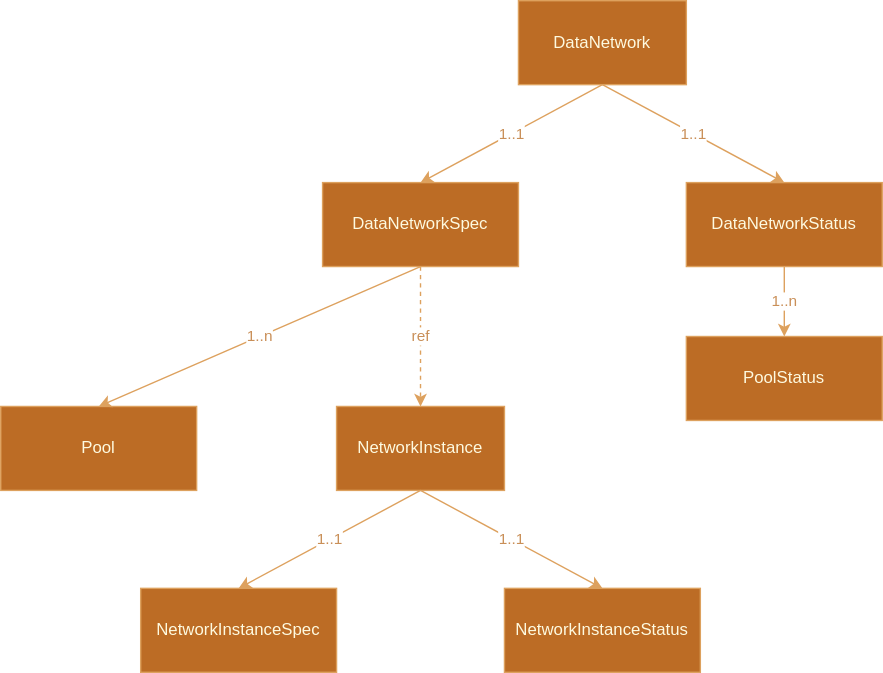
ciaranjohnston/nephio-api keeps this draw.io diagram as diagrams/requirements.svg. Above is the earlier version. Source tidied: cells renumbered, new cells last; positions are measured from the earlier drawing's top-left corner, leaving out a move shared by most shapes.
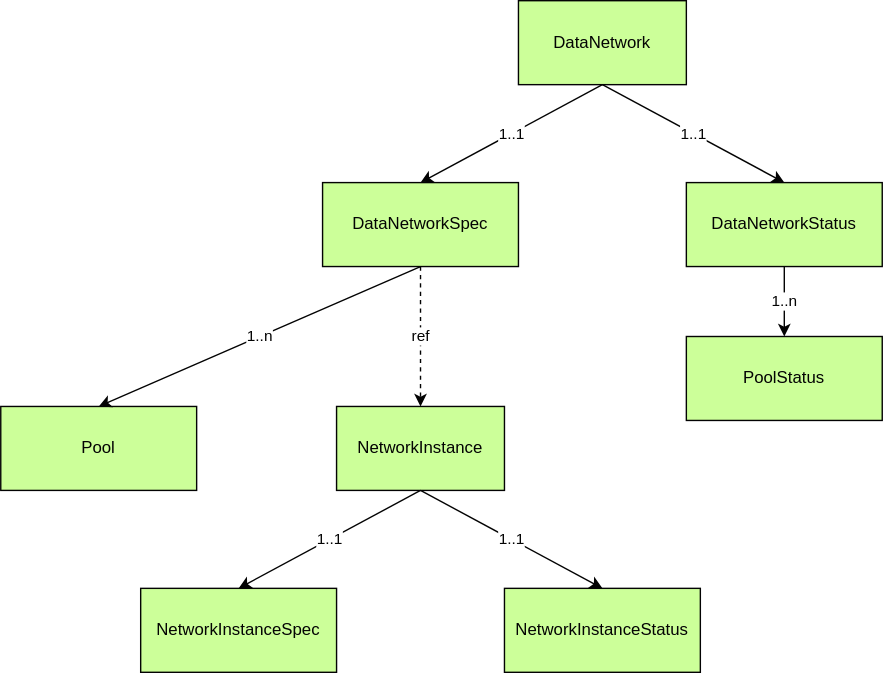
After the commit.

Commit message:
Split requirements in to network requirements and capacity requirements

What changed in the source:
```diff
@@ -2,49 +2,49 @@
   <root>
     <mxCell id="0" />
     <mxCell id="1" parent="0" />
-    <mxCell id="2" value="&lt;a href=&quot;https://github.com/nephio-project/api/blob/cf14bd57b08d3160c9f8901b3bbb646a458fbd44/nf_requirements/v1alpha1/network_instance_types.go#L41C6-L41C22&quot;&gt;NetworkInstance&lt;/a&gt;" style="rounded=0;whiteSpace=wrap;html=1;strokeColor=#DDA15E;fontColor=#FEFAE0;fillColor=#BC6C25;" parent="1" vertex="1">
+    <mxCell id="2" value="&lt;a href=&quot;https://github.com/nephio-project/api/blob/cf14bd57b08d3160c9f8901b3bbb646a458fbd44/nf_requirements/v1alpha1/network_instance_types.go#L41C6-L41C22&quot;&gt;NetworkInstance&lt;/a&gt;" style="rounded=0;whiteSpace=wrap;html=1;strokeColor=#030303;fontColor=#030303;fillColor=#CCFF99;" parent="1" vertex="1">
       <mxGeometry x="240" y="290" width="120" height="60" as="geometry" />
     </mxCell>
-    <mxCell id="3" value="&lt;a href=&quot;https://github.com/nephio-project/api/blob/cf14bd57b08d3160c9f8901b3bbb646a458fbd44/nf_requirements/v1alpha1/network_instance_types.go#L25&quot;&gt;NetworkInstanceSpec&lt;/a&gt;" style="rounded=0;whiteSpace=wrap;html=1;strokeColor=#DDA15E;fontColor=#FEFAE0;fillColor=#BC6C25;" parent="1" vertex="1">
+    <mxCell id="3" value="&lt;a href=&quot;https://github.com/nephio-project/api/blob/cf14bd57b08d3160c9f8901b3bbb646a458fbd44/nf_requirements/v1alpha1/network_instance_types.go#L25&quot;&gt;NetworkInstanceSpec&lt;/a&gt;" style="rounded=0;whiteSpace=wrap;html=1;strokeColor=#030303;fontColor=#030303;fillColor=#CCFF99;" parent="1" vertex="1">
       <mxGeometry x="100" y="420" width="140" height="60" as="geometry" />
     </mxCell>
-    <mxCell id="4" value="&lt;a href=&quot;https://github.com/nephio-project/api/blob/cf14bd57b08d3160c9f8901b3bbb646a458fbd44/nf_requirements/v1alpha1/network_instance_types.go#L31&quot;&gt;NetworkInstanceStatus&lt;/a&gt;" style="rounded=0;whiteSpace=wrap;html=1;strokeColor=#DDA15E;fontColor=#FEFAE0;fillColor=#BC6C25;" parent="1" vertex="1">
+    <mxCell id="4" value="&lt;a href=&quot;https://github.com/nephio-project/api/blob/cf14bd57b08d3160c9f8901b3bbb646a458fbd44/nf_requirements/v1alpha1/network_instance_types.go#L31&quot;&gt;NetworkInstanceStatus&lt;/a&gt;" style="rounded=0;whiteSpace=wrap;html=1;strokeColor=#030303;fontColor=#030303;fillColor=#CCFF99;" parent="1" vertex="1">
       <mxGeometry x="360" y="420" width="140" height="60" as="geometry" />
     </mxCell>
-    <mxCell id="5" value="1..1" style="endArrow=classic;html=1;rounded=0;strokeColor=#DDA15E;fontColor=#C98F58;fillColor=#BC6C25;exitX=0.5;exitY=1;exitDx=0;exitDy=0;entryX=0.5;entryY=0;entryDx=0;entryDy=0;labelBackgroundColor=default;" parent="1" edge="1" source="2" target="3">
+    <mxCell id="5" value="1..1" style="endArrow=classic;html=1;rounded=0;strokeColor=#030303;fontColor=#030303;fillColor=#BC6C25;exitX=0.5;exitY=1;exitDx=0;exitDy=0;entryX=0.5;entryY=0;entryDx=0;entryDy=0;labelBackgroundColor=default;" parent="1" edge="1" source="2" target="3">
       <mxGeometry relative="1" as="geometry" />
     </mxCell>
-    <mxCell id="6" value="1..1" style="endArrow=classic;html=1;rounded=0;strokeColor=#DDA15E;fontColor=#C98F58;fillColor=#BC6C25;exitX=0.5;exitY=1;exitDx=0;exitDy=0;entryX=0.5;entryY=0;entryDx=0;entryDy=0;labelBackgroundColor=default;" parent="1" edge="1" source="2" target="4">
+    <mxCell id="6" value="1..1" style="endArrow=classic;html=1;rounded=0;strokeColor=#030303;fontColor=#030303;fillColor=#BC6C25;exitX=0.5;exitY=1;exitDx=0;exitDy=0;entryX=0.5;entryY=0;entryDx=0;entryDy=0;labelBackgroundColor=default;" parent="1" edge="1" source="2" target="4">
       <mxGeometry relative="1" as="geometry" />
     </mxCell>
-    <mxCell id="7" value="DataNetwork" style="rounded=0;whiteSpace=wrap;html=1;strokeColor=#DDA15E;fontColor=#FEFAE0;fillColor=#BC6C25;" parent="1" vertex="1">
+    <mxCell id="7" value="DataNetwork" style="rounded=0;whiteSpace=wrap;html=1;strokeColor=#030303;fontColor=#030303;fillColor=#CCFF99;" parent="1" vertex="1">
       <mxGeometry x="370" width="120" height="60" as="geometry" />
     </mxCell>
-    <mxCell id="8" value="DataNetworkSpec" style="rounded=0;whiteSpace=wrap;html=1;strokeColor=#DDA15E;fontColor=#FEFAE0;fillColor=#BC6C25;" parent="1" vertex="1">
+    <mxCell id="8" value="DataNetworkSpec" style="rounded=0;whiteSpace=wrap;html=1;strokeColor=#030303;fontColor=#030303;fillColor=#CCFF99;" parent="1" vertex="1">
       <mxGeometry x="230" y="130" width="140" height="60" as="geometry" />
     </mxCell>
-    <mxCell id="9" value="DataNetworkStatus" style="rounded=0;whiteSpace=wrap;html=1;strokeColor=#DDA15E;fontColor=#FEFAE0;fillColor=#BC6C25;" parent="1" vertex="1">
+    <mxCell id="9" value="DataNetworkStatus" style="rounded=0;whiteSpace=wrap;html=1;strokeColor=#030303;fontColor=#030303;fillColor=#CCFF99;" parent="1" vertex="1">
       <mxGeometry x="490" y="130" width="140" height="60" as="geometry" />
     </mxCell>
-    <mxCell id="10" value="1..1" style="endArrow=classic;html=1;rounded=0;strokeColor=#DDA15E;fontColor=#C98F58;fillColor=#BC6C25;exitX=0.5;exitY=1;exitDx=0;exitDy=0;entryX=0.5;entryY=0;entryDx=0;entryDy=0;labelBackgroundColor=default;" parent="1" edge="1" source="7" target="8">
+    <mxCell id="10" value="1..1" style="endArrow=classic;html=1;rounded=0;strokeColor=#030303;fontColor=#030303;fillColor=#BC6C25;exitX=0.5;exitY=1;exitDx=0;exitDy=0;entryX=0.5;entryY=0;entryDx=0;entryDy=0;labelBackgroundColor=default;" parent="1" edge="1" source="7" target="8">
       <mxGeometry relative="1" as="geometry" />
     </mxCell>
-    <mxCell id="11" value="1..1" style="endArrow=classic;html=1;rounded=0;strokeColor=#DDA15E;fontColor=#C98F58;fillColor=#BC6C25;exitX=0.5;exitY=1;exitDx=0;exitDy=0;entryX=0.5;entryY=0;entryDx=0;entryDy=0;labelBackgroundColor=default;" parent="1" edge="1" source="7" target="9">
+    <mxCell id="11" value="1..1" style="endArrow=classic;html=1;rounded=0;strokeColor=#030303;fontColor=#030303;fillColor=#BC6C25;exitX=0.5;exitY=1;exitDx=0;exitDy=0;entryX=0.5;entryY=0;entryDx=0;entryDy=0;labelBackgroundColor=default;" parent="1" edge="1" source="7" target="9">
       <mxGeometry relative="1" as="geometry" />
     </mxCell>
-    <mxCell id="12" value="PoolStatus" style="rounded=0;whiteSpace=wrap;html=1;strokeColor=#DDA15E;fontColor=#FEFAE0;fillColor=#BC6C25;" parent="1" vertex="1">
+    <mxCell id="12" value="PoolStatus" style="rounded=0;whiteSpace=wrap;html=1;strokeColor=#030303;fontColor=#030303;fillColor=#CCFF99;" parent="1" vertex="1">
       <mxGeometry x="490" y="240" width="140" height="60" as="geometry" />
     </mxCell>
-    <mxCell id="13" value="1..n" style="endArrow=classic;html=1;rounded=0;strokeColor=#DDA15E;fontColor=#C98F58;fillColor=#BC6C25;exitX=0.5;exitY=1;exitDx=0;exitDy=0;entryX=0.5;entryY=0;entryDx=0;entryDy=0;labelBackgroundColor=default;" parent="1" edge="1" source="9" target="12">
+    <mxCell id="13" value="1..n" style="endArrow=classic;html=1;rounded=0;strokeColor=#030303;fontColor=#030303;fillColor=#BC6C25;exitX=0.5;exitY=1;exitDx=0;exitDy=0;entryX=0.5;entryY=0;entryDx=0;entryDy=0;labelBackgroundColor=default;" parent="1" edge="1" source="9" target="12">
       <mxGeometry relative="1" as="geometry" />
     </mxCell>
-    <mxCell id="14" value="Pool" style="rounded=0;whiteSpace=wrap;html=1;strokeColor=#DDA15E;fontColor=#FEFAE0;fillColor=#BC6C25;" parent="1" vertex="1">
+    <mxCell id="14" value="Pool" style="rounded=0;whiteSpace=wrap;html=1;strokeColor=#030303;fontColor=#030303;fillColor=#CCFF99;" parent="1" vertex="1">
       <mxGeometry y="290" width="140" height="60" as="geometry" />
     </mxCell>
-    <mxCell id="15" value="1..n" style="endArrow=classic;html=1;rounded=0;strokeColor=#DDA15E;fontColor=#C98F58;fillColor=#BC6C25;exitX=0.5;exitY=1;exitDx=0;exitDy=0;entryX=0.5;entryY=0;entryDx=0;entryDy=0;labelBackgroundColor=default;" parent="1" edge="1" source="8" target="14">
+    <mxCell id="15" value="1..n" style="endArrow=classic;html=1;rounded=0;strokeColor=#030303;fontColor=#030303;fillColor=#BC6C25;exitX=0.5;exitY=1;exitDx=0;exitDy=0;entryX=0.5;entryY=0;entryDx=0;entryDy=0;labelBackgroundColor=default;" parent="1" edge="1" source="8" target="14">
       <mxGeometry relative="1" as="geometry" />
     </mxCell>
-    <mxCell id="16" value="ref" style="endArrow=classic;html=1;rounded=0;strokeColor=#DDA15E;fontColor=#C98F58;fillColor=#BC6C25;exitX=0.5;exitY=1;exitDx=0;exitDy=0;entryX=0.5;entryY=0;entryDx=0;entryDy=0;dashed=1;labelBackgroundColor=default;" parent="1" edge="1" source="8" target="2">
+    <mxCell id="16" value="ref" style="endArrow=classic;html=1;rounded=0;strokeColor=#030303;fontColor=#030303;fillColor=#BC6C25;exitX=0.5;exitY=1;exitDx=0;exitDy=0;entryX=0.5;entryY=0;entryDx=0;entryDy=0;dashed=1;labelBackgroundColor=default;" parent="1" edge="1" source="8" target="2">
       <mxGeometry relative="1" as="geometry" />
     </mxCell>
   </root>
```
